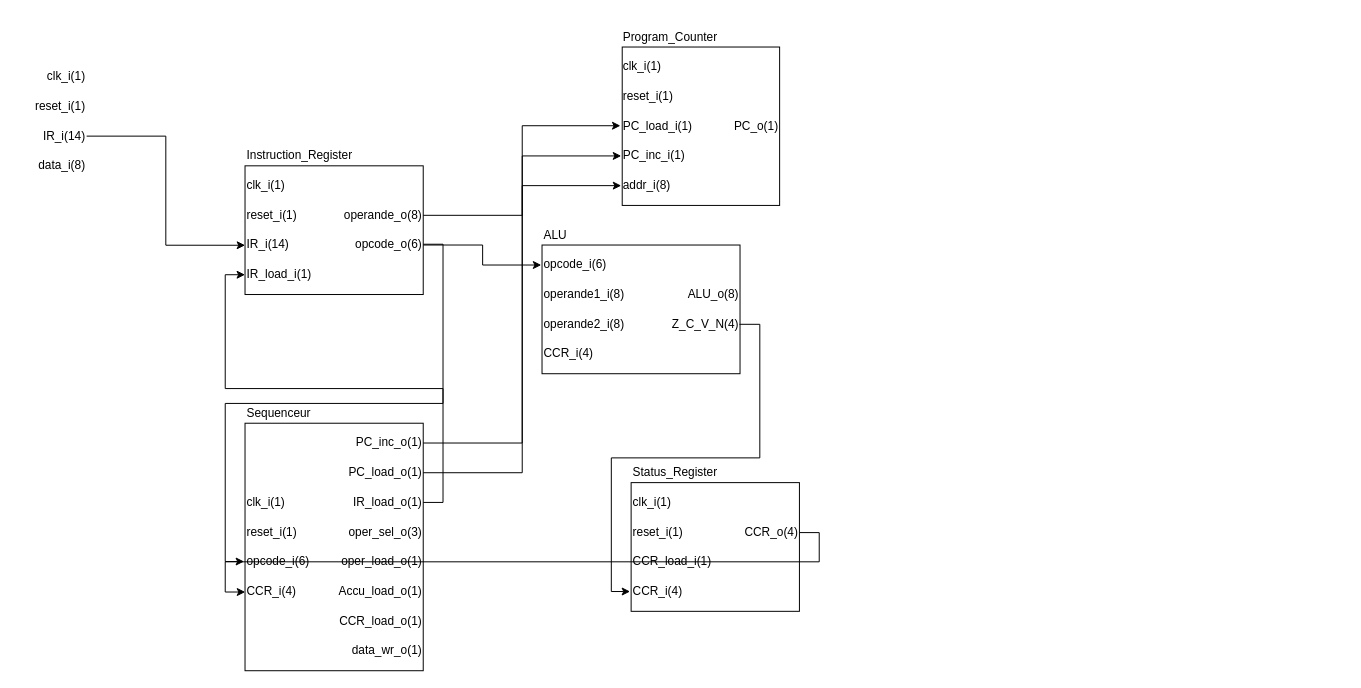
The draw.io diagram _documents/schemas/nanoProcesseur.drawio in catabozan/sysnum-applique, before the edit. Source tidied: cells renumbered, new cells numbered last; positions are measured from the earlier drawing's top-left corner, leaving out a move shared by most shapes. Both pictures are drawn from the tidied source at 99%, with x=0, y=0 at pixel (17, 27).
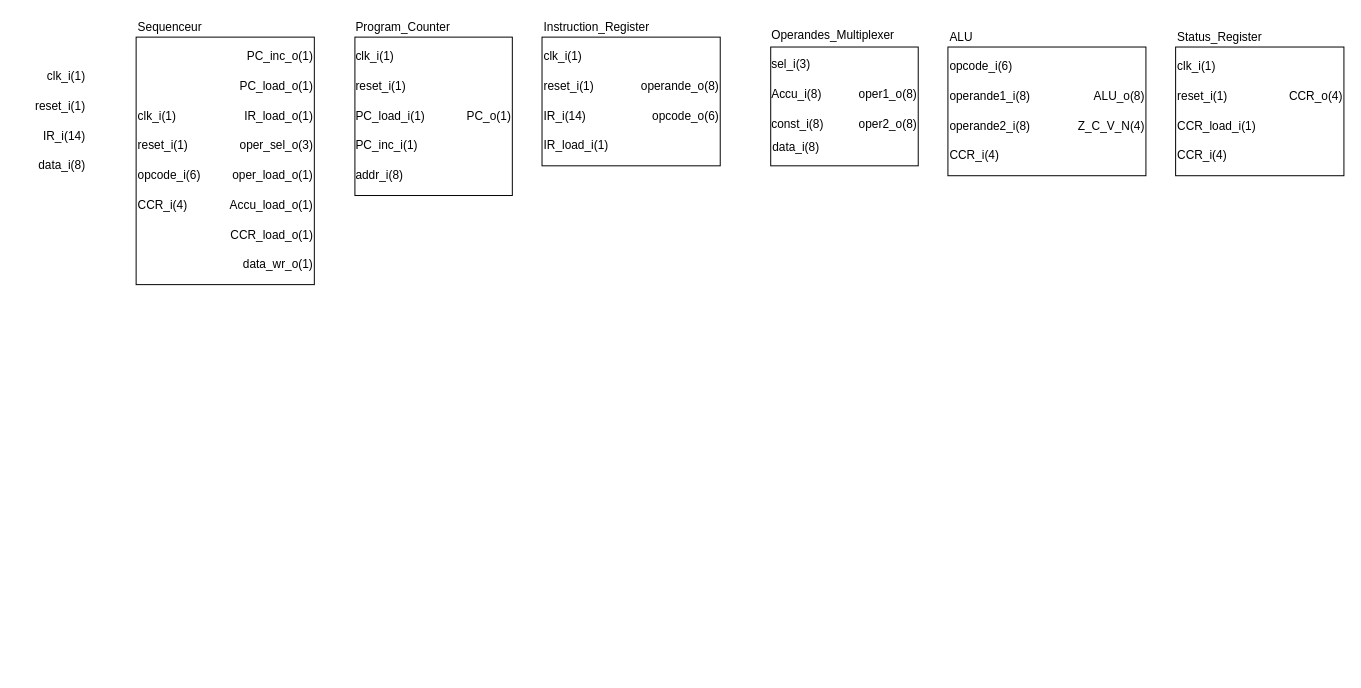
After the change.

Commit message:
doc: work on schema of the nanoProcessor

Unchanged cells that the change refers to:
```xml
<mxCell id="6" value="IR_i(14)" style="text;html=1;align=left;verticalAlign=middle;points=[];strokeColor=none;fillColor=none;" parent="2" vertex="1">
  <mxGeometry y="90" width="50" height="20" as="geometry" />
</mxCell>
<mxCell id="8" value="IR_load_i(1)" style="text;html=1;align=left;verticalAlign=middle;points=[];strokeColor=none;fillColor=none;" parent="2" vertex="1">
  <mxGeometry y="120" width="70" height="20" as="geometry" />
</mxCell>
<mxCell id="9" value="operande_o(8)" style="text;html=1;align=right;verticalAlign=middle;points=[];strokeColor=none;fillColor=none;" parent="2" vertex="1">
  <mxGeometry x="90" y="60" width="90" height="20" as="geometry" />
</mxCell>
<mxCell id="10" value="opcode_o(6)" style="text;html=1;align=right;verticalAlign=middle;points=[];strokeColor=none;fillColor=none;" parent="2" vertex="1">
  <mxGeometry x="90" y="90" width="90" height="20" as="geometry" />
</mxCell>
<mxCell id="14" value="IR_i(14)" style="text;html=1;align=right;verticalAlign=middle;points=[];strokeColor=none;fillColor=none;" parent="1" vertex="1">
  <mxGeometry x="20" y="100" width="50" height="20" as="geometry" />
</mxCell>
<mxCell id="21" value="PC_load_i(1)" style="text;html=1;align=left;verticalAlign=middle;points=[];strokeColor=none;fillColor=none;" parent="17" vertex="1">
  <mxGeometry y="90" width="80" height="20" as="geometry" />
</mxCell>
<mxCell id="22" value="PC_inc_i(1)" style="text;html=1;align=left;verticalAlign=middle;points=[];strokeColor=none;fillColor=none;" parent="17" vertex="1">
  <mxGeometry y="120" width="80" height="20" as="geometry" />
</mxCell>
<mxCell id="23" value="addr_i(8)" style="text;html=1;align=left;verticalAlign=middle;points=[];strokeColor=none;fillColor=none;" parent="17" vertex="1">
  <mxGeometry y="150" width="60" height="20" as="geometry" />
</mxCell>
<mxCell id="28" value="opcode_i(6)" style="text;html=1;align=left;verticalAlign=middle;points=[];strokeColor=none;fillColor=none;" parent="26" vertex="1">
  <mxGeometry y="30" width="70" height="20" as="geometry" />
</mxCell>
<mxCell id="33" value="Z_C_V_N(4)" style="text;html=1;align=right;verticalAlign=middle;points=[];strokeColor=none;fillColor=none;" parent="26" vertex="1">
  <mxGeometry x="110" y="90" width="90" height="20" as="geometry" />
</mxCell>
<mxCell id="40" value="opcode_i(6)" style="text;html=1;align=left;verticalAlign=middle;points=[];strokeColor=none;fillColor=none;" parent="36" vertex="1">
  <mxGeometry y="150" width="70" height="20" as="geometry" />
</mxCell>
<mxCell id="41" value="CCR_i(4)" style="text;html=1;align=left;verticalAlign=middle;points=[];strokeColor=none;fillColor=none;" parent="36" vertex="1">
  <mxGeometry y="180" width="60" height="20" as="geometry" />
</mxCell>
<mxCell id="42" value="PC_inc_o(1)" style="text;html=1;align=right;verticalAlign=middle;points=[];strokeColor=none;fillColor=none;" parent="36" vertex="1">
  <mxGeometry x="110" y="30" width="70" height="20" as="geometry" />
</mxCell>
<mxCell id="43" value="PC_load_o(1)" style="text;html=1;align=right;verticalAlign=middle;points=[];strokeColor=none;fillColor=none;" parent="36" vertex="1">
  <mxGeometry x="100" y="60" width="80" height="20" as="geometry" />
</mxCell>
<mxCell id="44" value="IR_load_o(1)" style="text;html=1;align=right;verticalAlign=middle;points=[];strokeColor=none;fillColor=none;" parent="36" vertex="1">
  <mxGeometry x="100" y="90" width="80" height="20" as="geometry" />
</mxCell>
<mxCell id="60" value="CCR_i(4)" style="text;html=1;align=left;verticalAlign=middle;points=[];strokeColor=none;fillColor=none;" parent="55" vertex="1">
  <mxGeometry y="120" width="60" height="20" as="geometry" />
</mxCell>
<mxCell id="61" value="CCR_o(4)" style="text;html=1;align=right;verticalAlign=middle;points=[];strokeColor=none;fillColor=none;" parent="55" vertex="1">
  <mxGeometry x="110" y="60" width="60" height="20" as="geometry" />
</mxCell>
```

The edit, as a diff of the source:
```diff
@@
     <mxCell id="2" style="group;" parent="1" vertex="1">
-      <mxGeometry x="230" y="120" width="180" height="150" as="geometry" />
+      <mxGeometry x="530" y="-10" width="180" height="150" as="geometry" />
     </mxCell>
@@
-    <mxCell id="13" style="edgeStyle=orthogonalEdgeStyle;rounded=0;jettySize=auto;html=1;entryX=0.002;entryY=0.512;entryDx=0;entryDy=0;entryPerimeter=0;" parent="1" edge="1" source="14" target="6">
-      <mxGeometry relative="1" as="geometry" />
-    </mxCell>
@@
-    <mxCell id="16" style="edgeStyle=orthogonalEdgeStyle;rounded=0;jettySize=auto;html=1;entryX=0;entryY=0.5;entryDx=0;entryDy=0;entryPerimeter=0;" parent="1" edge="1" source="9" target="23">
-      <mxGeometry relative="1" as="geometry" />
-    </mxCell>
     <mxCell id="17" style="group;" parent="1" vertex="1">
-      <mxGeometry x="610" width="160" height="180" as="geometry" />
+      <mxGeometry x="340" y="-10" width="160" height="180" as="geometry" />
     </mxCell>
@@
     <mxCell id="26" style="group;" parent="1" vertex="1">
-      <mxGeometry x="530" y="200" width="200" height="150" as="geometry" />
+      <mxGeometry x="940" width="200" height="150" as="geometry" />
     </mxCell>
@@
-    <mxCell id="35" style="edgeStyle=orthogonalEdgeStyle;rounded=0;jettySize=auto;html=1;entryX=-0.011;entryY=0.51;entryDx=0;entryDy=0;entryPerimeter=0;" parent="1" edge="1" source="10" target="28">
-      <mxGeometry relative="1" as="geometry" />
-    </mxCell>
     <mxCell id="36" style="group;" parent="1" vertex="1">
-      <mxGeometry x="230" y="380" width="180" height="270" as="geometry" />
+      <mxGeometry x="120" y="-10" width="180" height="270" as="geometry" />
     </mxCell>
@@
-    <mxCell id="51" style="edgeStyle=orthogonalEdgeStyle;rounded=0;jettySize=auto;html=1;exitX=1.002;exitY=0.46;exitDx=0;exitDy=0;exitPerimeter=0;entryX=-0.014;entryY=0.485;entryDx=0;entryDy=0;entryPerimeter=0;" parent="1" edge="1" source="10" target="40">
-      <mxGeometry relative="1" as="geometry" />
-    </mxCell>
-    <mxCell id="52" style="edgeStyle=orthogonalEdgeStyle;rounded=0;jettySize=auto;html=1;entryX=0;entryY=0.5;entryDx=0;entryDy=0;entryPerimeter=0;" parent="1" edge="1" source="42" target="22">
-      <mxGeometry relative="1" as="geometry" />
-    </mxCell>
-    <mxCell id="53" style="edgeStyle=orthogonalEdgeStyle;rounded=0;jettySize=auto;html=1;entryX=-0.01;entryY=0.475;entryDx=0;entryDy=0;entryPerimeter=0;" parent="1" edge="1" source="43" target="21">
-      <mxGeometry relative="1" as="geometry" />
-    </mxCell>
-    <mxCell id="54" style="edgeStyle=orthogonalEdgeStyle;rounded=0;jettySize=auto;html=1;exitX=1;exitY=0.5;exitDx=0;exitDy=0;exitPerimeter=0;entryX=0;entryY=0.5;entryDx=0;entryDy=0;entryPerimeter=0;" parent="1" edge="1" source="44" target="8">
-      <mxGeometry relative="1" as="geometry" />
-    </mxCell>
     <mxCell id="55" style="group;" parent="1" vertex="1">
-      <mxGeometry x="620" y="440" width="170" height="150" as="geometry" />
+      <mxGeometry x="1170" width="170" height="150" as="geometry" />
     </mxCell>
@@
-    <mxCell id="63" style="edgeStyle=orthogonalEdgeStyle;rounded=0;jettySize=auto;html=1;exitX=0.994;exitY=0.504;exitDx=0;exitDy=0;exitPerimeter=0;entryX=-0.017;entryY=0.5;entryDx=0;entryDy=0;entryPerimeter=0;" parent="1" edge="1" source="33" target="60">
-      <mxGeometry relative="1" as="geometry" />
-    </mxCell>
-    <mxCell id="64" style="edgeStyle=orthogonalEdgeStyle;rounded=0;jettySize=auto;html=1;exitX=1.004;exitY=0.523;exitDx=0;exitDy=0;exitPerimeter=0;entryX=0.003;entryY=0.525;entryDx=0;entryDy=0;entryPerimeter=0;elbow=vertical;" parent="1" edge="1" source="61" target="41">
-      <mxGeometry relative="1" as="geometry" />
-    </mxCell>
+    <mxCell id="65" style="group;" parent="1" vertex="1">
+      <mxGeometry x="760" width="150" height="140" as="geometry" />
+    </mxCell>
+    <mxCell id="66" style="whiteSpace=wrap;html=1;" parent="65" vertex="1">
+      <mxGeometry x="1" y="20" width="149" height="120" as="geometry" />
+    </mxCell>
+    <mxCell id="67" value="sel_i(3)" style="text;html=1;align=left;verticalAlign=middle;strokeColor=none;fillColor=none;" parent="65" vertex="1">
+      <mxGeometry y="30" width="50" height="16.7" as="geometry" />
+    </mxCell>
+    <mxCell id="68" value="Accu_i(8)" style="text;html=1;align=left;verticalAlign=middle;strokeColor=none;fillColor=none;" parent="65" vertex="1">
+      <mxGeometry y="60" width="60" height="16.7" as="geometry" />
+    </mxCell>
+    <mxCell id="69" value="const_i(8)" style="text;html=1;align=left;verticalAlign=middle;strokeColor=none;fillColor=none;" parent="65" vertex="1">
+      <mxGeometry y="90" width="80" height="16.7" as="geometry" />
+    </mxCell>
+    <mxCell id="70" value="data_i(8)" style="text;html=1;align=left;verticalAlign=middle;strokeColor=none;fillColor=none;" parent="65" vertex="1">
+      <mxGeometry x="1" y="113.3" width="80" height="16.7" as="geometry" />
+    </mxCell>
+    <mxCell id="71" value="oper1_o(8)" style="text;html=1;align=right;verticalAlign=middle;strokeColor=none;fillColor=none;" parent="65" vertex="1">
+      <mxGeometry x="80" y="60" width="70" height="16.7" as="geometry" />
+    </mxCell>
+    <mxCell id="72" value="Operandes_Multiplexer" style="text;html=1;align=left;verticalAlign=middle;strokeColor=none;fillColor=none;" parent="65" vertex="1">
+      <mxGeometry width="110" height="16.7" as="geometry" />
+    </mxCell>
+    <mxCell id="73" value="oper2_o(8)" style="text;html=1;align=right;verticalAlign=middle;strokeColor=none;fillColor=none;" parent="65" vertex="1">
+      <mxGeometry x="80" y="90" width="70" height="16.7" as="geometry" />
+    </mxCell>
```
